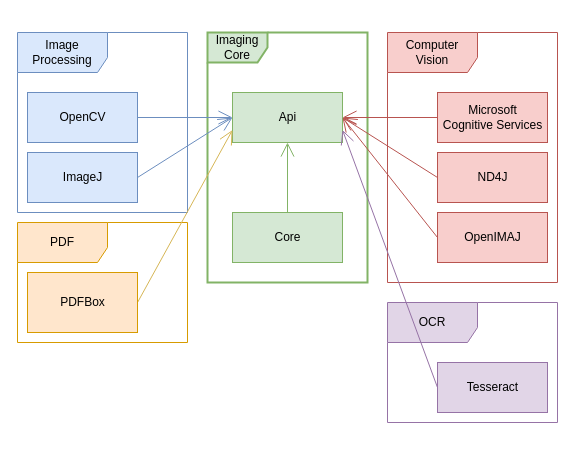
Before: src/site/resources/documentation/imaging_structure.drawio in FHOOEAIST/imaging, a draw.io diagram. Source tidied: cells renumbered, new cells numbered last; positions are measured from the earlier drawing's top-left corner, leaving out a move shared by most shapes. Both pictures are drawn from the tidied source at 100%, with x=0, y=0 at pixel (17, 32).
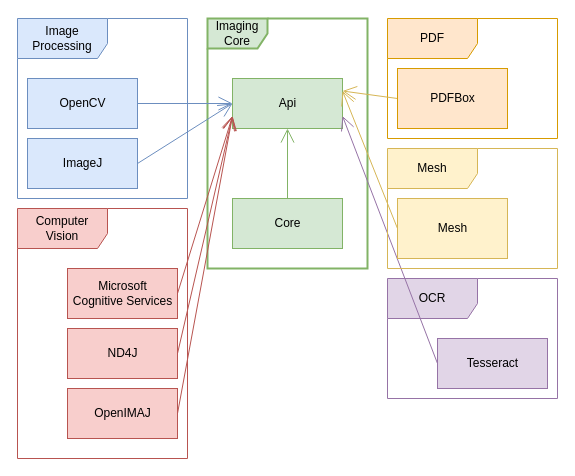
Above is the later version.

What changed in the source:
```diff
@@
     <mxCell id="2" value="Computer Vision" style="shape=umlFrame;whiteSpace=wrap;html=1;width=90;height=40;fillColor=#f8cecc;strokeColor=#b85450;" parent="1" vertex="1">
-      <mxGeometry x="370" width="170" height="250" as="geometry" />
+      <mxGeometry y="176" width="170" height="250" as="geometry" />
     </mxCell>
     <mxCell id="3" value="Image Processing" style="shape=umlFrame;whiteSpace=wrap;html=1;width=90;height=40;fillColor=#dae8fc;strokeColor=#6c8ebf;" parent="1" vertex="1">
-      <mxGeometry width="170" height="180" as="geometry" />
+      <mxGeometry y="-14" width="170" height="180" as="geometry" />
     </mxCell>
     <mxCell id="4" value="Imaging Core" style="shape=umlFrame;whiteSpace=wrap;html=1;strokeWidth=2;fillColor=#d5e8d4;strokeColor=#82b366;" parent="1" vertex="1">
-      <mxGeometry x="190" width="160" height="250" as="geometry" />
+      <mxGeometry x="190" y="-14" width="160" height="250" as="geometry" />
     </mxCell>
     <mxCell id="5" value="PDF" style="shape=umlFrame;whiteSpace=wrap;html=1;width=90;height=40;fillColor=#ffe6cc;strokeColor=#d79b00;" parent="1" vertex="1">
-      <mxGeometry y="190" width="170" height="120" as="geometry" />
+      <mxGeometry x="370" y="-14" width="170" height="120" as="geometry" />
     </mxCell>
     <mxCell id="6" value="OCR" style="shape=umlFrame;whiteSpace=wrap;html=1;width=90;height=40;fillColor=#e1d5e7;strokeColor=#9673a6;" parent="1" vertex="1">
-      <mxGeometry x="370" y="270" width="170" height="120" as="geometry" />
+      <mxGeometry x="370" y="246" width="170" height="120" as="geometry" />
     </mxCell>
     <mxCell id="7" value="Api" style="html=1;fillColor=#d5e8d4;strokeColor=#82b366;" parent="1" vertex="1">
-      <mxGeometry x="215" y="60" width="110" height="50" as="geometry" />
+      <mxGeometry x="215" y="46" width="110" height="50" as="geometry" />
     </mxCell>
     <mxCell id="8" value="Core" style="html=1;fillColor=#d5e8d4;strokeColor=#82b366;" parent="1" vertex="1">
-      <mxGeometry x="215" y="180" width="110" height="50" as="geometry" />
+      <mxGeometry x="215" y="166" width="110" height="50" as="geometry" />
     </mxCell>
     <mxCell id="9" value="OpenCV" style="html=1;fillColor=#dae8fc;strokeColor=#6c8ebf;" parent="1" vertex="1">
-      <mxGeometry x="10" y="60" width="110" height="50" as="geometry" />
+      <mxGeometry x="10" y="46" width="110" height="50" as="geometry" />
     </mxCell>
-    <mxCell id="10" style="rounded=0;jettySize=auto;html=1;exitX=1;exitY=0.5;exitDx=0;exitDy=0;entryX=0;entryY=0.75;entryDx=0;entryDy=0;fillColor=#fff2cc;strokeColor=#d6b656;endArrow=open;endFill=0;endSize=12;" parent="1" edge="1" source="11" target="7">
+    <mxCell id="10" style="rounded=0;jettySize=auto;html=1;exitX=0;exitY=0.5;exitDx=0;exitDy=0;entryX=1;entryY=0.25;entryDx=0;entryDy=0;fillColor=#fff2cc;strokeColor=#d6b656;endArrow=open;endFill=0;endSize=12;" parent="1" edge="1" source="11" target="7">
       <mxGeometry relative="1" as="geometry" />
     </mxCell>
     <mxCell id="11" value="PDFBox" style="html=1;fillColor=#ffe6cc;strokeColor=#d79b00;" parent="1" vertex="1">
-      <mxGeometry x="10" y="240" width="110" height="60" as="geometry" />
+      <mxGeometry x="380" y="36" width="110" height="60" as="geometry" />
     </mxCell>
     <mxCell id="12" value="Tesseract&lt;br&gt;" style="html=1;fillColor=#e1d5e7;strokeColor=#9673a6;" parent="1" vertex="1">
-      <mxGeometry x="420" y="330" width="110" height="50" as="geometry" />
+      <mxGeometry x="420" y="306" width="110" height="50" as="geometry" />
     </mxCell>
     <mxCell id="13" value="Microsoft&lt;br&gt;Cognitive Services&lt;br&gt;" style="html=1;fillColor=#f8cecc;strokeColor=#b85450;" parent="1" vertex="1">
-      <mxGeometry x="420" y="60" width="110" height="50" as="geometry" />
+      <mxGeometry x="50" y="236" width="110" height="50" as="geometry" />
     </mxCell>
@@
-    <mxCell id="17" style="endArrow=open;endFill=1;endSize=12;html=1;fillColor=#f8cecc;strokeColor=#b85450;entryX=1;entryY=0.5;entryDx=0;entryDy=0;" parent="1" edge="1" source="13" target="7">
+    <mxCell id="17" style="endArrow=open;endFill=1;endSize=12;html=1;fillColor=#f8cecc;strokeColor=#b85450;entryX=0;entryY=0.75;entryDx=0;entryDy=0;exitX=1;exitY=0.5;exitDx=0;exitDy=0;" parent="1" edge="1" source="13" target="7">
       <mxGeometry relative="1" as="geometry" />
     </mxCell>
     <mxCell id="18" value="ImageJ" style="html=1;fillColor=#dae8fc;strokeColor=#6c8ebf;" parent="1" vertex="1">
-      <mxGeometry x="10" y="120" width="110" height="50" as="geometry" />
+      <mxGeometry x="10" y="106" width="110" height="50" as="geometry" />
     </mxCell>
@@
     <mxCell id="20" value="ND4J" style="html=1;fillColor=#f8cecc;strokeColor=#b85450;" parent="1" vertex="1">
-      <mxGeometry x="420" y="120" width="110" height="50" as="geometry" />
+      <mxGeometry x="50" y="296" width="110" height="50" as="geometry" />
     </mxCell>
-    <mxCell id="21" style="endArrow=open;endFill=1;endSize=12;html=1;fillColor=#f8cecc;strokeColor=#b85450;entryX=1;entryY=0.5;entryDx=0;entryDy=0;exitX=0;exitY=0.5;exitDx=0;exitDy=0;" parent="1" edge="1" source="20" target="7">
+    <mxCell id="21" style="endArrow=open;endFill=1;endSize=12;html=1;fillColor=#f8cecc;strokeColor=#b85450;exitX=1;exitY=0.5;exitDx=0;exitDy=0;entryX=0;entryY=0.75;entryDx=0;entryDy=0;" parent="1" edge="1" source="20" target="7">
       <mxGeometry relative="1" as="geometry" />
     </mxCell>
     <mxCell id="22" value="OpenIMAJ" style="html=1;fillColor=#f8cecc;strokeColor=#b85450;" parent="1" vertex="1">
-      <mxGeometry x="420" y="180" width="110" height="50" as="geometry" />
+      <mxGeometry x="50" y="356" width="110" height="50" as="geometry" />
     </mxCell>
-    <mxCell id="23" style="endArrow=open;endFill=1;endSize=12;html=1;fillColor=#f8cecc;strokeColor=#b85450;exitX=0;exitY=0.5;exitDx=0;exitDy=0;entryX=1;entryY=0.5;entryDx=0;entryDy=0;" parent="1" edge="1" source="22" target="7">
+    <mxCell id="23" style="endArrow=open;endFill=1;endSize=12;html=1;fillColor=#f8cecc;strokeColor=#b85450;exitX=1;exitY=0.5;exitDx=0;exitDy=0;entryX=0;entryY=0.75;entryDx=0;entryDy=0;" parent="1" edge="1" source="22" target="7">
       <mxGeometry relative="1" as="geometry" />
     </mxCell>
+    <mxCell id="24" value="Mesh" style="shape=umlFrame;whiteSpace=wrap;html=1;width=90;height=40;fillColor=#fff2cc;strokeColor=#d6b656;" parent="1" vertex="1">
+      <mxGeometry x="370" y="116" width="170" height="120" as="geometry" />
+    </mxCell>
+    <mxCell id="25" value="Mesh" style="html=1;fillColor=#fff2cc;strokeColor=#d6b656;" parent="1" vertex="1">
+      <mxGeometry x="380" y="166" width="110" height="60" as="geometry" />
+    </mxCell>
+    <mxCell id="26" style="rounded=0;jettySize=auto;html=1;exitX=0;exitY=0.5;exitDx=0;exitDy=0;entryX=1;entryY=0.25;entryDx=0;entryDy=0;fillColor=#fff2cc;strokeColor=#d6b656;endArrow=open;endFill=0;endSize=12;" parent="1" edge="1" source="25" target="7">
+      <mxGeometry relative="1" as="geometry" />
+    </mxCell>
```
